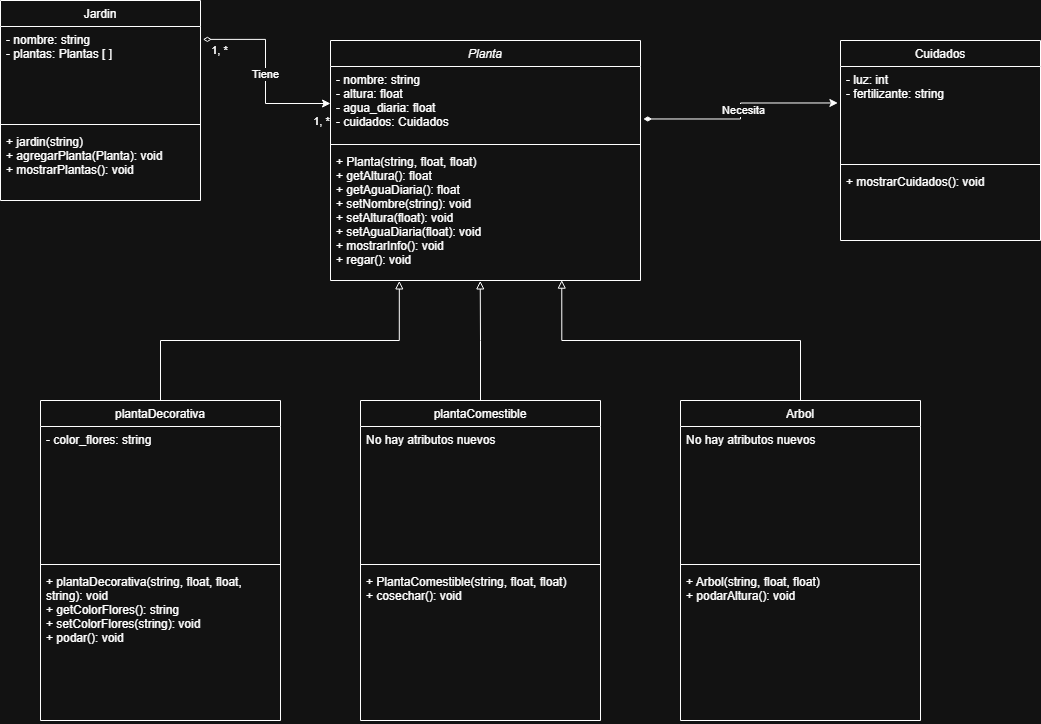
Above: proyecto.drawio.png in Nararj/Proyecto-C- (draw.io), before the change. Source tidied: cells renumbered, new cells last; positions are measured from the earlier drawing's top-left corner, leaving out a move shared by most shapes.
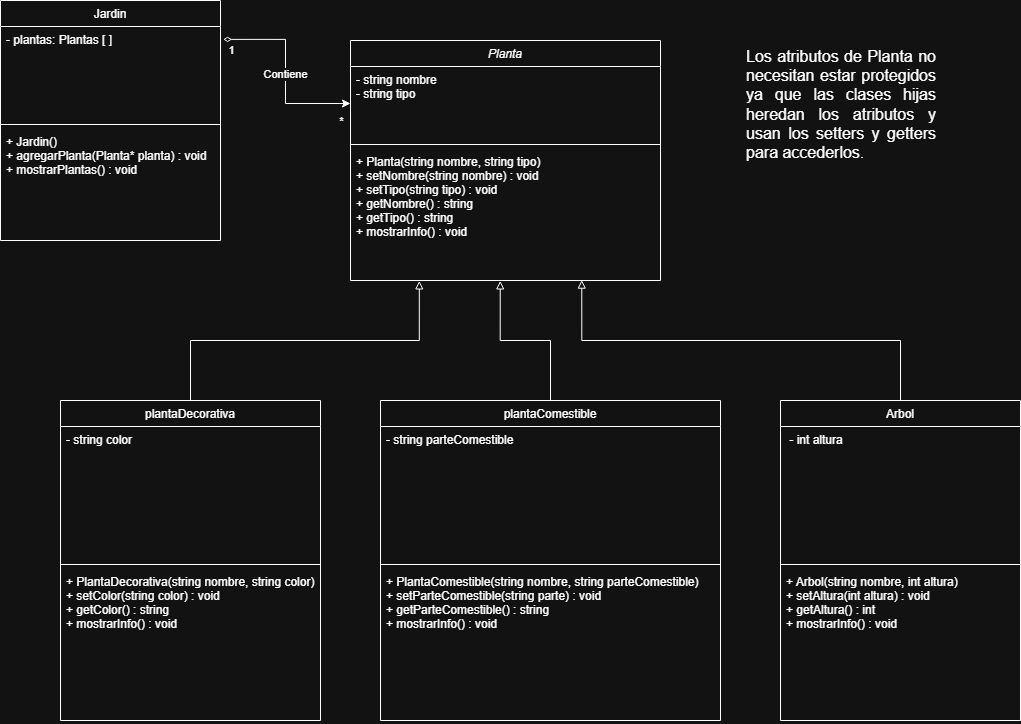
After the change.

What changed in the source:
```diff
@@ -5,49 +5,49 @@
     <mxCell id="2" value="Planta" style="swimlane;fontStyle=2;align=center;verticalAlign=top;horizontal=1;startSize=26;rounded=0;shadow=0;strokeWidth=1;" parent="1" vertex="1">
       <mxGeometry x="330" y="40" width="310" height="240" as="geometry" />
     </mxCell>
-    <mxCell id="3" value="- nombre: string&#10;- altura: float&#10;- agua_diaria: float&#10;- cuidados: Cuidados" style="text;align=left;verticalAlign=top;spacingLeft=4;spacingRight=4;overflow=hidden;points=[[0,0.5],[1,0.5]];portConstraint=eastwest;rounded=0;shadow=0;html=0;" parent="2" vertex="1">
+    <mxCell id="3" value="- string nombre&#10;- string tipo" style="text;align=left;verticalAlign=top;spacingLeft=4;spacingRight=4;overflow=hidden;points=[[0,0.5],[1,0.5]];portConstraint=eastwest;rounded=0;shadow=0;html=0;" parent="2" vertex="1">
       <mxGeometry y="26" width="310" height="74" as="geometry" />
     </mxCell>
     <mxCell id="4" style="line;html=1;strokeWidth=1;align=left;verticalAlign=middle;spacingTop=-1;spacingLeft=3;spacingRight=3;labelPosition=right;" parent="2" vertex="1">
       <mxGeometry y="100" width="310" height="8" as="geometry" />
     </mxCell>
-    <mxCell id="5" value="+ Planta(string, float, float)&#10;+ getAltura(): float&#10;+ getAguaDiaria(): float &#10;+ setNombre(string): void &#10;+ setAltura(float): void&#10;+ setAguaDiaria(float): void&#10;+ mostrarInfo(): void&#10;+ regar(): void&#10;" style="text;align=left;verticalAlign=top;spacingLeft=4;spacingRight=4;overflow=hidden;points=[[0,0.5],[1,0.5]];portConstraint=eastwest;" parent="2" vertex="1">
+    <mxCell id="5" value="+ Planta(string nombre, string tipo)&#10;+ setNombre(string nombre) : void &#10;+ setTipo(string tipo) : void &#10;+ getNombre() : string &#10;+ getTipo() : string &#10;+ mostrarInfo() : void " style="text;align=left;verticalAlign=top;spacingLeft=4;spacingRight=4;overflow=hidden;points=[[0,0.5],[1,0.5]];portConstraint=eastwest;" parent="2" vertex="1">
       <mxGeometry y="108" width="310" height="132" as="geometry" />
     </mxCell>
     <mxCell id="6" value="plantaDecorativa" style="swimlane;fontStyle=0;align=center;verticalAlign=top;horizontal=1;startSize=26;rounded=0;shadow=0;strokeWidth=1;" parent="1" vertex="1">
-      <mxGeometry x="40" y="400" width="240" height="320" as="geometry" />
+      <mxGeometry x="40" y="400" width="260" height="320" as="geometry" />
     </mxCell>
-    <mxCell id="7" value="- color_flores: string" style="text;align=left;verticalAlign=top;spacingLeft=4;spacingRight=4;overflow=hidden;" parent="6" vertex="1">
-      <mxGeometry y="26" width="240" height="134" as="geometry" />
+    <mxCell id="7" value="- string color" style="text;align=left;verticalAlign=top;spacingLeft=4;spacingRight=4;overflow=hidden;" parent="6" vertex="1">
+      <mxGeometry y="26" width="260" height="134" as="geometry" />
     </mxCell>
     <mxCell id="8" style="line;html=1;strokeWidth=1;align=left;verticalAlign=middle;spacingTop=-1;spacingLeft=3;spacingRight=3;labelPosition=right;" parent="6" vertex="1">
-      <mxGeometry y="160" width="240" height="8" as="geometry" />
+      <mxGeometry y="160" width="260" height="8" as="geometry" />
     </mxCell>
-    <mxCell id="9" value="+ plantaDecorativa(string, float, float, &#10;string): void&#10;+ getColorFlores(): string&#10;+ setColorFlores(string): void&#10;+ podar(): void&#10;&#10;" style="text;align=left;verticalAlign=top;spacingLeft=4;spacingRight=4;overflow=hidden;fontStyle=0;" parent="6" vertex="1">
-      <mxGeometry y="168" width="240" height="152" as="geometry" />
+    <mxCell id="9" value="+ PlantaDecorativa(string nombre, string color)&#10;+ setColor(string color) : void&#10;+ getColor() : string&#10;+ mostrarInfo() : void" style="text;align=left;verticalAlign=top;spacingLeft=4;spacingRight=4;overflow=hidden;fontStyle=0;" parent="6" vertex="1">
+      <mxGeometry y="168" width="260" height="148" as="geometry" />
     </mxCell>
     <mxCell id="10" value="plantaComestible" style="swimlane;fontStyle=0;align=center;verticalAlign=top;horizontal=1;startSize=26;rounded=0;shadow=0;strokeWidth=1;" parent="1" vertex="1">
-      <mxGeometry x="360" y="400" width="240" height="320" as="geometry" />
+      <mxGeometry x="360" y="400" width="340" height="320" as="geometry" />
     </mxCell>
-    <mxCell id="11" value="No hay atributos nuevos" style="text;align=left;verticalAlign=top;spacingLeft=4;spacingRight=4;overflow=hidden;" parent="10" vertex="1">
-      <mxGeometry y="26" width="240" height="134" as="geometry" />
+    <mxCell id="11" value="- string parteComestible" style="text;align=left;verticalAlign=top;spacingLeft=4;spacingRight=4;overflow=hidden;" parent="10" vertex="1">
+      <mxGeometry y="26" width="340" height="134" as="geometry" />
     </mxCell>
     <mxCell id="12" style="line;html=1;strokeWidth=1;align=left;verticalAlign=middle;spacingTop=-1;spacingLeft=3;spacingRight=3;labelPosition=right;" parent="10" vertex="1">
-      <mxGeometry y="160" width="240" height="8" as="geometry" />
+      <mxGeometry y="160" width="340" height="8" as="geometry" />
     </mxCell>
-    <mxCell id="13" value="+ PlantaComestible(string, float, float)&#10;+ cosechar(): void " style="text;align=left;verticalAlign=top;spacingLeft=4;spacingRight=4;overflow=hidden;fontStyle=0;" parent="10" vertex="1">
-      <mxGeometry y="168" width="240" height="152" as="geometry" />
+    <mxCell id="13" value="+ PlantaComestible(string nombre, string parteComestible)&#10;+ setParteComestible(string parte) : void&#10;+ getParteComestible() : string&#10;+ mostrarInfo() : void" style="text;align=left;verticalAlign=top;spacingLeft=4;spacingRight=4;overflow=hidden;fontStyle=0;" parent="10" vertex="1">
+      <mxGeometry y="168" width="340" height="152" as="geometry" />
     </mxCell>
     <mxCell id="14" value="Arbol" style="swimlane;fontStyle=0;align=center;verticalAlign=top;horizontal=1;startSize=26;rounded=0;shadow=0;strokeWidth=1;" parent="1" vertex="1">
-      <mxGeometry x="680" y="400" width="240" height="320" as="geometry" />
+      <mxGeometry x="760" y="400" width="240" height="320" as="geometry" />
     </mxCell>
-    <mxCell id="15" value="No hay atributos nuevos" style="text;align=left;verticalAlign=top;spacingLeft=4;spacingRight=4;overflow=hidden;" parent="14" vertex="1">
+    <mxCell id="15" value=" - int altura" style="text;align=left;verticalAlign=top;spacingLeft=4;spacingRight=4;overflow=hidden;" parent="14" vertex="1">
       <mxGeometry y="26" width="240" height="134" as="geometry" />
     </mxCell>
     <mxCell id="16" style="line;html=1;strokeWidth=1;align=left;verticalAlign=middle;spacingTop=-1;spacingLeft=3;spacingRight=3;labelPosition=right;" parent="14" vertex="1">
       <mxGeometry y="160" width="240" height="8" as="geometry" />
     </mxCell>
-    <mxCell id="17" value="+ Arbol(string, float, float)&#10;+ podarAltura(): void" style="text;align=left;verticalAlign=top;spacingLeft=4;spacingRight=4;overflow=hidden;fontStyle=0;" parent="14" vertex="1">
+    <mxCell id="17" value="+ Arbol(string nombre, int altura)&#10;+ setAltura(int altura) : void&#10;+ getAltura() : int&#10;+ mostrarInfo() : void " style="text;align=left;verticalAlign=top;spacingLeft=4;spacingRight=4;overflow=hidden;fontStyle=0;" parent="14" vertex="1">
       <mxGeometry y="168" width="240" height="152" as="geometry" />
     </mxCell>
     <mxCell id="18" style="edgeStyle=orthogonalEdgeStyle;rounded=0;jettySize=auto;html=1;entryX=0.483;entryY=1.003;entryDx=0;entryDy=0;entryPerimeter=0;endArrow=block;endFill=0;" parent="1" edge="1" source="10" target="5">
@@ -59,49 +59,36 @@
     <mxCell id="20" style="edgeStyle=orthogonalEdgeStyle;rounded=0;jettySize=auto;html=1;entryX=0.222;entryY=1.003;entryDx=0;entryDy=0;entryPerimeter=0;endArrow=block;endFill=0;" parent="1" edge="1" source="6" target="5">
       <mxGeometry relative="1" as="geometry" />
     </mxCell>
-    <mxCell id="21" value="Cuidados" style="swimlane;fontStyle=0;align=center;verticalAlign=top;horizontal=1;startSize=26;rounded=0;shadow=0;strokeWidth=1;" parent="1" vertex="1">
-      <mxGeometry x="840" y="40" width="200" height="200" as="geometry" />
-    </mxCell>
-    <mxCell id="22" value="- luz: int&#10;- fertilizante: string" style="text;align=left;verticalAlign=top;spacingLeft=4;spacingRight=4;overflow=hidden;points=[[0,0.5],[1,0.5]];portConstraint=eastwest;" parent="21" vertex="1">
-      <mxGeometry y="26" width="200" height="94" as="geometry" />
-    </mxCell>
-    <mxCell id="23" style="line;html=1;strokeWidth=1;align=left;verticalAlign=middle;spacingTop=-1;spacingLeft=3;spacingRight=3;labelPosition=right;" parent="21" vertex="1">
-      <mxGeometry y="120" width="200" height="8" as="geometry" />
-    </mxCell>
-    <mxCell id="24" value="+ mostrarCuidados(): void" style="text;align=left;verticalAlign=top;spacingLeft=4;spacingRight=4;overflow=hidden;fontStyle=0;" parent="21" vertex="1">
-      <mxGeometry y="128" width="200" height="72" as="geometry" />
-    </mxCell>
-    <mxCell id="25" style="edgeStyle=orthogonalEdgeStyle;rounded=0;jettySize=auto;html=1;entryX=-0.013;entryY=0.388;entryDx=0;entryDy=0;entryPerimeter=0;exitX=1.009;exitY=0.709;exitDx=0;exitDy=0;exitPerimeter=0;startArrow=diamondThin;startFill=1;" parent="1" edge="1" source="3" target="22">
-      <mxGeometry relative="1" as="geometry" />
-    </mxCell>
-    <mxCell id="26" value="Necesita" style="edgeLabel;html=1;align=center;verticalAlign=middle;" parent="25" vertex="1">
-      <mxGeometry x="0.01" y="-2" relative="1" as="geometry" />
-    </mxCell>
     <mxCell id="27" value="Jardin" style="swimlane;fontStyle=0;align=center;verticalAlign=top;horizontal=1;startSize=26;rounded=0;shadow=0;strokeWidth=1;" parent="1" vertex="1">
-      <mxGeometry width="200" height="200" as="geometry" />
+      <mxGeometry x="-20" width="220" height="240" as="geometry" />
     </mxCell>
-    <mxCell id="28" value="- nombre: string&#10;- plantas: Plantas [ ]" style="text;align=left;verticalAlign=top;spacingLeft=4;spacingRight=4;overflow=hidden;points=[[0,0.5],[1,0.5]];portConstraint=eastwest;" parent="27" vertex="1">
-      <mxGeometry y="26" width="200" height="94" as="geometry" />
+    <mxCell id="28" value="- plantas: Plantas [ ]" style="text;align=left;verticalAlign=top;spacingLeft=4;spacingRight=4;overflow=hidden;points=[[0,0.5],[1,0.5]];portConstraint=eastwest;" parent="27" vertex="1">
+      <mxGeometry y="26" width="220" height="94" as="geometry" />
     </mxCell>
     <mxCell id="29" style="line;html=1;strokeWidth=1;align=left;verticalAlign=middle;spacingTop=-1;spacingLeft=3;spacingRight=3;labelPosition=right;" parent="27" vertex="1">
-      <mxGeometry y="120" width="200" height="8" as="geometry" />
+      <mxGeometry y="120" width="220" height="8" as="geometry" />
     </mxCell>
-    <mxCell id="30" value="+ jardin(string)&#10;+ agregarPlanta(Planta): void&#10;+ mostrarPlantas(): void&#10;" style="text;align=left;verticalAlign=top;spacingLeft=4;spacingRight=4;overflow=hidden;fontStyle=0;" parent="27" vertex="1">
-      <mxGeometry y="128" width="200" height="72" as="geometry" />
+    <mxCell id="30" value="+ Jardin()&#10;+ agregarPlanta(Planta* planta) : void &#10;+ mostrarPlantas() : void " style="text;align=left;verticalAlign=top;spacingLeft=4;spacingRight=4;overflow=hidden;fontStyle=0;" parent="27" vertex="1">
+      <mxGeometry y="128" width="220" height="112" as="geometry" />
     </mxCell>
     <mxCell id="31" style="edgeStyle=orthogonalEdgeStyle;rounded=0;jettySize=auto;html=1;entryX=1.012;entryY=0.137;entryDx=0;entryDy=0;entryPerimeter=0;startArrow=classic;startFill=1;endArrow=diamondThin;endFill=0;" parent="1" edge="1" source="3" target="28">
       <mxGeometry relative="1" as="geometry" />
     </mxCell>
-    <mxCell id="32" value="Tiene" style="edgeLabel;html=1;align=center;verticalAlign=middle;" parent="31" vertex="1">
+    <mxCell id="32" value="Contiene" style="edgeLabel;html=1;align=center;verticalAlign=middle;" parent="31" vertex="1">
       <mxGeometry x="-0.01" y="1" relative="1" as="geometry" />
     </mxCell>
-    <mxCell id="33" value="1, *" style="edgeLabel;html=1;align=center;verticalAlign=middle;" parent="31" vertex="1">
-      <mxGeometry x="0.84" y="-3" relative="1" as="geometry">
-        <mxPoint y="14" as="offset" />
-      </mxGeometry>
-    </mxCell>
-    <mxCell id="34" value="1, *" style="edgeLabel;html=1;align=center;verticalAlign=middle;" parent="1" vertex="1">
-      <mxGeometry x="320" y="120" as="geometry" />
-    </mxCell>
+    <mxCell id="35" value="1" style="edgeLabel;html=1;align=center;verticalAlign=middle;" parent="31" vertex="1">
+      <mxGeometry x="0.86" y="-1" relative="1" as="geometry">
+        <mxPoint x="-6" y="12" as="offset" />
+      </mxGeometry>
+    </mxCell>
+    <mxCell id="36" value="*" style="edgeLabel;html=1;align=center;verticalAlign=middle;" parent="31" vertex="1">
+      <mxGeometry x="-0.79" y="-3" relative="1" as="geometry">
+        <mxPoint x="10" y="20" as="offset" />
+      </mxGeometry>
+    </mxCell>
+    <mxCell id="37" value="&lt;div style=&quot;text-align: justify;&quot;&gt;&lt;span style=&quot;background-color: transparent; color: light-dark(rgb(0, 0, 0), rgb(255, 255, 255));&quot;&gt;Los atributos de Planta no necesitan estar protegidos ya que las clases hijas heredan los atributos y usan los setters y getters para accederlos.&lt;/span&gt;&lt;/div&gt;" style="text;strokeColor=none;fillColor=none;align=left;verticalAlign=top;spacingLeft=4;spacingRight=4;overflow=hidden;whiteSpace=wrap;html=1;fontSize=16;" parent="1" vertex="1">
+      <mxGeometry x="720" y="40" width="200" height="190" as="geometry" />
+    </mxCell>
   </root>
 </mxGraphModel>
```
